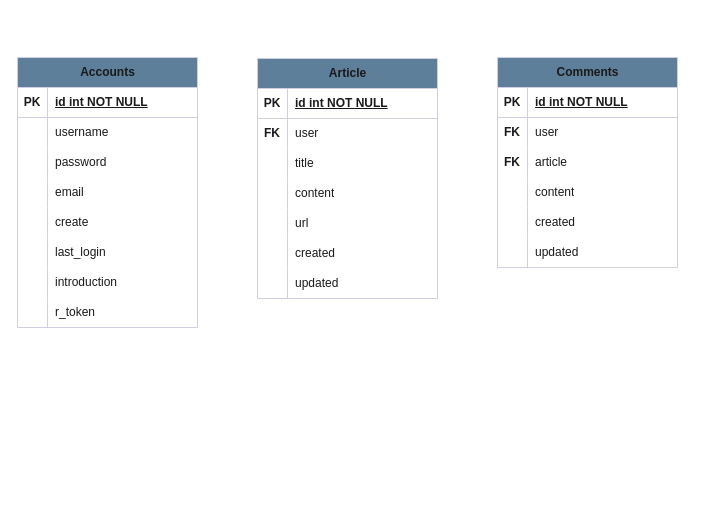
The draw.io diagram 제목 없는 다이어그램.drawio in wodms5355/jaenny_day, before the edit. Source tidied: cells renumbered, new cells numbered last; positions are measured from the earlier drawing's top-left corner, leaving out a move shared by most shapes. Both pictures are drawn from the tidied source at 100%, with x=0, y=0 at pixel (17, 57).
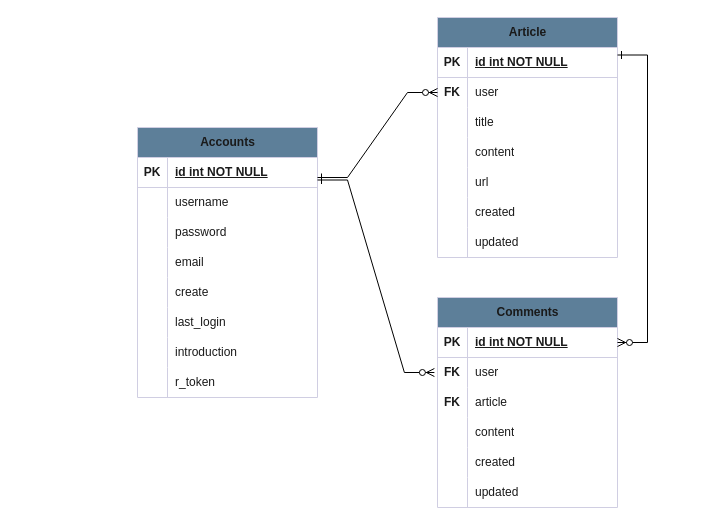
After the change.

Commit message (it also covers changes not shown here):
제목 없는 다이어그램.drawio 업데이트

The change refers to these unchanged cells:
```xml
<mxCell id="33" style="shape=tableRow;horizontal=0;startSize=0;swimlaneHead=0;swimlaneBody=0;fillColor=none;points=[[0,0.5],[1,0.5]];portConstraint=eastwest;top=0;left=0;right=0;bottom=0;labelBackgroundColor=none;strokeColor=#D0CEE2;fontColor=#1A1A1A;" parent="29" vertex="1">
  <mxGeometry y="60" width="180" height="30" as="geometry" />
</mxCell>
<mxCell id="52" style="shape=tableRow;horizontal=0;startSize=0;swimlaneHead=0;swimlaneBody=0;fillColor=none;points=[[0,0.5],[1,0.5]];portConstraint=eastwest;top=0;left=0;right=0;bottom=1;labelBackgroundColor=none;strokeColor=#D0CEE2;fontColor=#1A1A1A;" parent="51" vertex="1">
  <mxGeometry y="30" width="180" height="30" as="geometry" />
</mxCell>
```

Diff of the diagram source:
```diff
@@
     <mxCell id="2" value="Accounts" style="shape=table;startSize=30;childLayout=tableLayout;rowLines=0;fontStyle=1;align=center;html=1;labelBackgroundColor=none;fillColor=#5D7F99;strokeColor=#D0CEE2;fontColor=#1A1A1A;" parent="1" vertex="1">
-      <mxGeometry width="180" height="270" as="geometry" />
+      <mxGeometry x="120" y="70" width="180" height="270" as="geometry" />
     </mxCell>
@@
     <mxCell id="29" value="Article" style="shape=table;startSize=30;childLayout=tableLayout;rowLines=0;fontStyle=1;align=center;html=1;labelBackgroundColor=none;fillColor=#5D7F99;strokeColor=#D0CEE2;fontColor=#1A1A1A;" parent="1" vertex="1">
-      <mxGeometry x="240" y="1" width="180" height="240" as="geometry" />
+      <mxGeometry x="420" y="-40" width="180" height="240" as="geometry" />
     </mxCell>
@@
     <mxCell id="51" value="Comments" style="shape=table;startSize=30;childLayout=tableLayout;rowLines=0;fontStyle=1;align=center;html=1;labelBackgroundColor=none;fillColor=#5D7F99;strokeColor=#D0CEE2;fontColor=#1A1A1A;" parent="1" vertex="1">
-      <mxGeometry x="480" width="180" height="210" as="geometry" />
+      <mxGeometry x="420" y="240" width="180" height="210" as="geometry" />
     </mxCell>
@@
+    <mxCell id="70" style="edgeStyle=entityRelationEdgeStyle;fontSize=12;html=1;endArrow=ERzeroToMany;endFill=1;rounded=0;entryX=0;entryY=0.5;entryDx=0;entryDy=0;startArrow=ERone;startFill=0;" parent="1" edge="1" target="33">
+      <mxGeometry relative="1" as="geometry">
+        <mxPoint x="300" y="120" as="sourcePoint" />
+        <Array as="points">
+          <mxPoint x="310" y="110" />
+          <mxPoint x="310" y="120" />
+        </Array>
+      </mxGeometry>
+    </mxCell>
+    <mxCell id="71" style="edgeStyle=entityRelationEdgeStyle;fontSize=12;html=1;endArrow=ERzeroToMany;endFill=1;rounded=0;entryX=0;entryY=0.5;entryDx=0;entryDy=0;startArrow=ERone;startFill=0;exitX=1.017;exitY=0.75;exitDx=0;exitDy=0;exitPerimeter=0;" parent="1" edge="1">
+      <mxGeometry relative="1" as="geometry">
+        <mxPoint x="300" y="122.5" as="sourcePoint" />
+        <mxPoint x="416.9" y="315" as="targetPoint" />
+        <Array as="points">
+          <mxPoint x="316.9" y="120" />
+          <mxPoint x="306.9" y="95" />
+          <mxPoint x="306.9" y="105" />
+          <mxPoint x="396.9" y="190" />
+        </Array>
+      </mxGeometry>
+    </mxCell>
+    <mxCell id="72" style="edgeStyle=entityRelationEdgeStyle;fontSize=12;html=1;endArrow=ERzeroToMany;endFill=1;rounded=0;startArrow=ERone;startFill=0;exitX=1.017;exitY=0.75;exitDx=0;exitDy=0;exitPerimeter=0;" parent="1" edge="1" target="52">
+      <mxGeometry relative="1" as="geometry">
+        <mxPoint x="600" y="-2.5" as="sourcePoint" />
+        <Array as="points">
+          <mxPoint x="616.9" y="-5" />
+          <mxPoint x="606.9" y="-30" />
+          <mxPoint x="606.9" y="-20" />
+          <mxPoint x="696.9" y="65" />
+        </Array>
+      </mxGeometry>
+    </mxCell>
```
